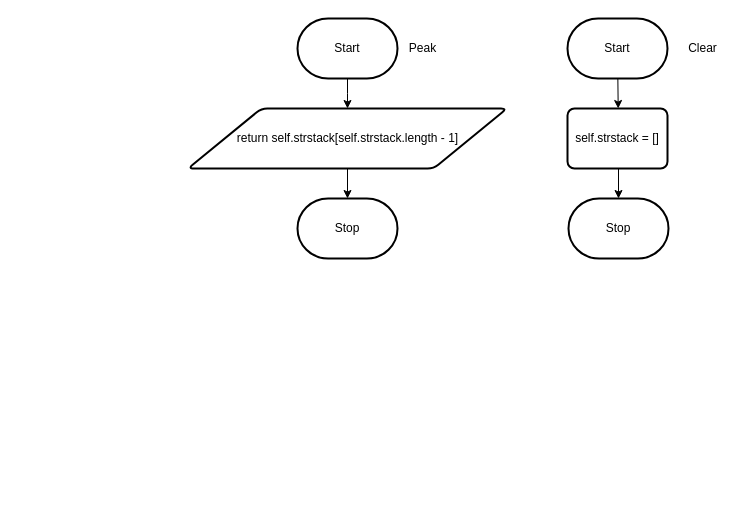
This is Unit2-04/Design/flowchart.drawio from Samuel-Webster-178/ICS4U-Unit2-Samuel-Webster, a draw.io file, before an edit. Source tidied: cells renumbered, new cells numbered last; positions are measured from the earlier drawing's top-left corner, leaving out a move shared by most shapes. Both pictures are drawn from the tidied source at 100%, with x=0, y=0 at pixel (187, 18).
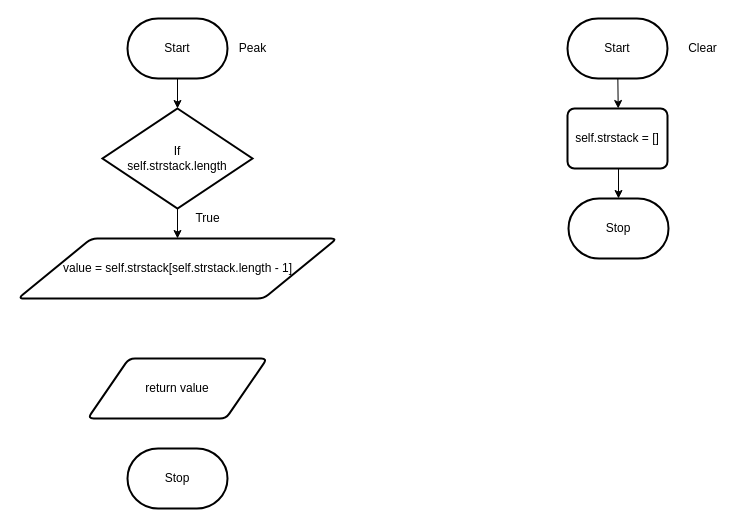
The same diagram, later.

Commit message:
2-04 des unfinished

What changed in the source:
```diff
@@
 <mxGraphModel>
   <root>
     <mxCell id="0" />
     <mxCell id="1" parent="0" />
-    <mxCell id="2" style="edgeStyle=orthogonalEdgeStyle;shape=connector;rounded=0;html=1;labelBackgroundColor=default;strokeColor=default;fontFamily=Helvetica;fontSize=11;fontColor=default;endArrow=classic;" parent="1" edge="1" source="3">
-      <mxGeometry relative="1" as="geometry">
-        <mxPoint x="160" y="90" as="targetPoint" />
-      </mxGeometry>
-    </mxCell>
+    <mxCell id="15" style="edgeStyle=none;html=1;" parent="1" edge="1" source="3" target="17">
+      <mxGeometry relative="1" as="geometry" />
+    </mxCell>
     <mxCell id="3" value="Start" style="strokeWidth=2;html=1;shape=mxgraph.flowchart.terminator;whiteSpace=wrap;" parent="1" vertex="1">
-      <mxGeometry x="110" width="100" height="60" as="geometry" />
+      <mxGeometry x="-60" width="100" height="60" as="geometry" />
     </mxCell>
     <mxCell id="4" value="Peak" style="text;html=1;align=center;verticalAlign=middle;strokeColor=none;fillColor=none;" parent="1" vertex="1">
-      <mxGeometry x="210" y="15" width="50" height="30" as="geometry" />
+      <mxGeometry x="40" y="15" width="50" height="30" as="geometry" />
     </mxCell>
-    <mxCell id="5" style="edgeStyle=none;html=1;" parent="1" edge="1" target="6">
-      <mxGeometry relative="1" as="geometry">
-        <mxPoint x="160" y="150" as="sourcePoint" />
-      </mxGeometry>
-    </mxCell>
     <mxCell id="6" value="Stop" style="strokeWidth=2;html=1;shape=mxgraph.flowchart.terminator;whiteSpace=wrap;" parent="1" vertex="1">
-      <mxGeometry x="110" y="180" width="100" height="60" as="geometry" />
+      <mxGeometry x="-60" y="430" width="100" height="60" as="geometry" />
     </mxCell>
     <mxCell id="7" value="&lt;div style=&quot;color: rgb(59, 59, 59); background-color: rgb(255, 255, 255); font-family: Consolas, &amp;quot;Courier New&amp;quot;, monospace; font-weight: normal; font-size: 14px; line-height: 19px;&quot;&gt;&lt;br&gt;&lt;/div&gt;" style="text;whiteSpace=wrap;html=1;" parent="1" vertex="1">
       <mxGeometry x="390" y="60" width="160" height="40" as="geometry" />
     </mxCell>
     <mxCell id="8" value="Clear" style="text;html=1;align=center;verticalAlign=middle;strokeColor=none;fillColor=none;" parent="1" vertex="1">
       <mxGeometry x="490" y="15" width="50" height="30" as="geometry" />
     </mxCell>
     <mxCell id="9" style="edgeStyle=none;html=1;" parent="1" edge="1" source="10">
       <mxGeometry relative="1" as="geometry">
         <mxPoint x="430.7" y="90" as="targetPoint" />
       </mxGeometry>
     </mxCell>
     <mxCell id="10" value="Start" style="strokeWidth=2;html=1;shape=mxgraph.flowchart.terminator;whiteSpace=wrap;" parent="1" vertex="1">
       <mxGeometry x="380" width="100" height="60" as="geometry" />
     </mxCell>
     <mxCell id="11" style="edgeStyle=none;html=1;" parent="1" edge="1" target="13">
       <mxGeometry relative="1" as="geometry">
         <mxPoint x="431" y="150" as="sourcePoint" />
       </mxGeometry>
     </mxCell>
-    <mxCell id="12" value="return self.strstack[self.strstack.length - 1]" style="shape=parallelogram;html=1;strokeWidth=2;perimeter=parallelogramPerimeter;whiteSpace=wrap;rounded=1;arcSize=12;size=0.23;" parent="1" vertex="1">
-      <mxGeometry x="0.5" y="90" width="319" height="60" as="geometry" />
-    </mxCell>
     <mxCell id="13" value="Stop" style="strokeWidth=2;html=1;shape=mxgraph.flowchart.terminator;whiteSpace=wrap;" parent="1" vertex="1">
       <mxGeometry x="381" y="180" width="100" height="60" as="geometry" />
     </mxCell>
     <mxCell id="14" value="self.strstack = []" style="rounded=1;whiteSpace=wrap;html=1;absoluteArcSize=1;arcSize=14;strokeWidth=2;" parent="1" vertex="1">
       <mxGeometry x="380" y="90" width="100" height="60" as="geometry" />
     </mxCell>
+    <mxCell id="16" style="edgeStyle=none;html=1;" parent="1" edge="1" source="17">
+      <mxGeometry relative="1" as="geometry">
+        <mxPoint x="-10" y="220" as="targetPoint" />
+      </mxGeometry>
+    </mxCell>
+    <mxCell id="17" value="If&lt;br&gt;self.strstack.length" style="strokeWidth=2;html=1;shape=mxgraph.flowchart.decision;whiteSpace=wrap;" parent="1" vertex="1">
+      <mxGeometry x="-85" y="90" width="150" height="100" as="geometry" />
+    </mxCell>
+    <mxCell id="18" value="True" style="text;html=1;align=center;verticalAlign=middle;strokeColor=none;fillColor=none;" parent="1" vertex="1">
+      <mxGeometry x="-5" y="185" width="50" height="30" as="geometry" />
+    </mxCell>
+    <mxCell id="19" value="value = self.strstack[self.strstack.length - 1]" style="shape=parallelogram;html=1;strokeWidth=2;perimeter=parallelogramPerimeter;whiteSpace=wrap;rounded=1;arcSize=12;size=0.23;" parent="1" vertex="1">
+      <mxGeometry x="-169.5" y="220" width="319" height="60" as="geometry" />
+    </mxCell>
+    <mxCell id="20" value="return value" style="shape=parallelogram;html=1;strokeWidth=2;perimeter=parallelogramPerimeter;whiteSpace=wrap;rounded=1;arcSize=12;size=0.23;" parent="1" vertex="1">
+      <mxGeometry x="-99.8" y="340" width="179.5" height="60" as="geometry" />
+    </mxCell>
   </root>
 </mxGraphModel>
```
